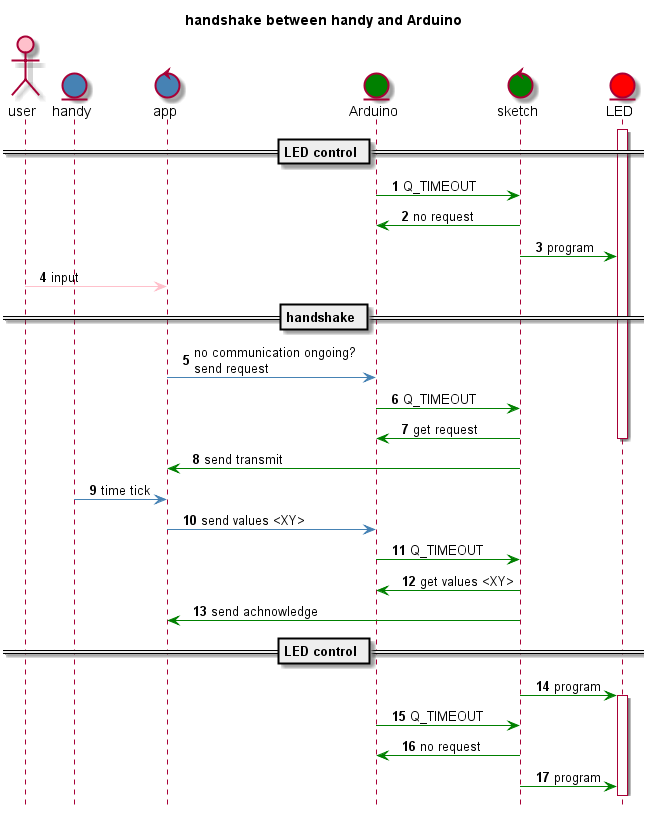
This is doc/handshake.png from orje/LEDviaApp, a PlantUML export, as it was before one commit.
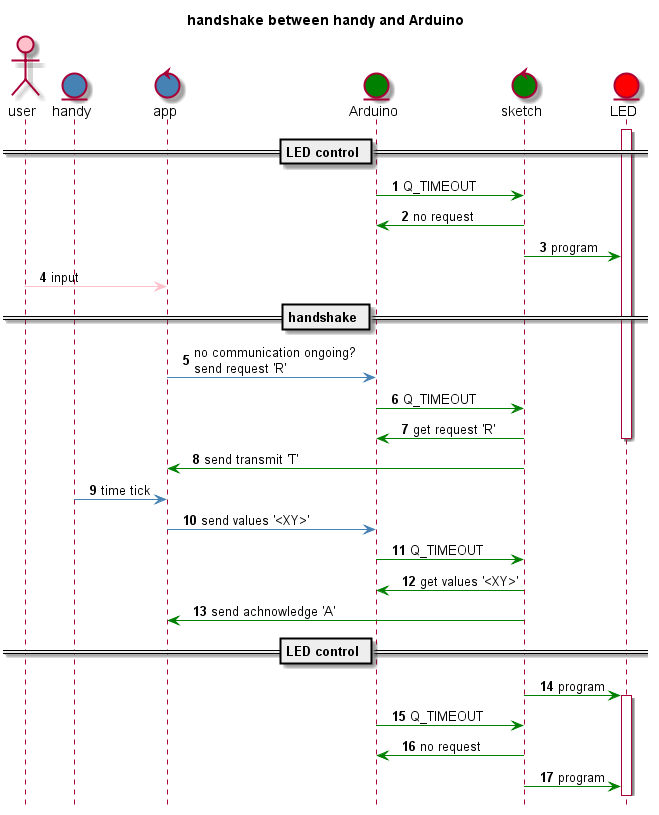
The same diagram one commit later.

Commit message:
little additions

add the handshake signs

Change to the diagram source:
```diff
@@ -27,25 +27,25 @@
 
 == handshake ==
 
-app -[#steelblue]> Arduino: no communication ongoing? \nsend request
+app -[#steelblue]> Arduino: no communication ongoing? \nsend request 'R'
 
 Arduino -[#green]> sketch: Q_TIMEOUT
 
-sketch -[#green]> Arduino: get request
+sketch -[#green]> Arduino: get request 'R'
 
 deactivate LED
 
-sketch -[#green]> app: send transmit
+sketch -[#green]> app: send transmit 'T'
 
 handy -[#steelblue]> app: time tick
 
-app -[#steelblue]> Arduino: send values <XY>
+app -[#steelblue]> Arduino: send values '<XY>'
 
 Arduino -[#green]> sketch: Q_TIMEOUT
 
-sketch -[#green]> Arduino: get values <XY>
+sketch -[#green]> Arduino: get values '<XY>'
 
-sketch -[#green]> app: send achnowledge
+sketch -[#green]> app: send achnowledge 'A'
 
 == LED control ==
 
```
